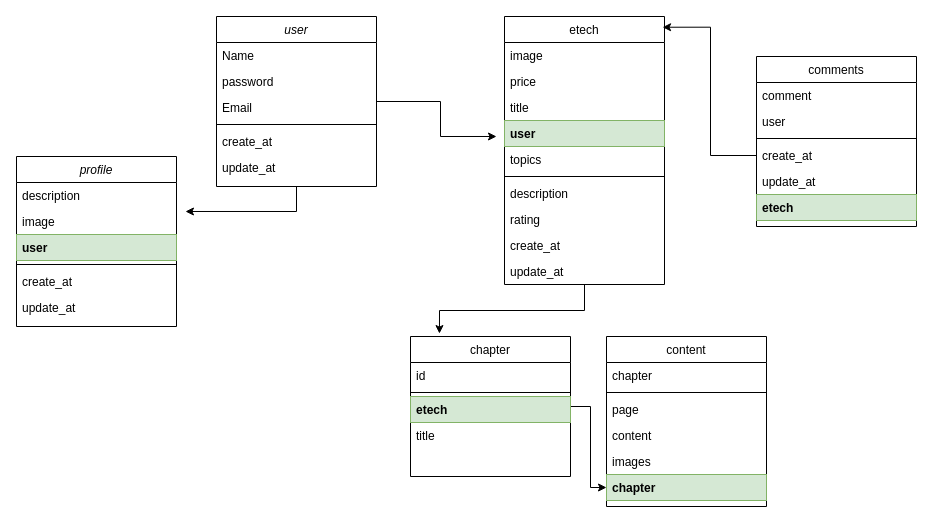
Above: etech_diagram.drawio in JonathanFerreirar/flask_authentication (draw.io), before the change. Source tidied: cells renumbered, new cells numbered last; positions are measured from the earlier drawing's top-left corner, leaving out a move shared by most shapes. Both pictures are drawn from the tidied source at 100%, with x=0, y=0 at pixel (16, 16).
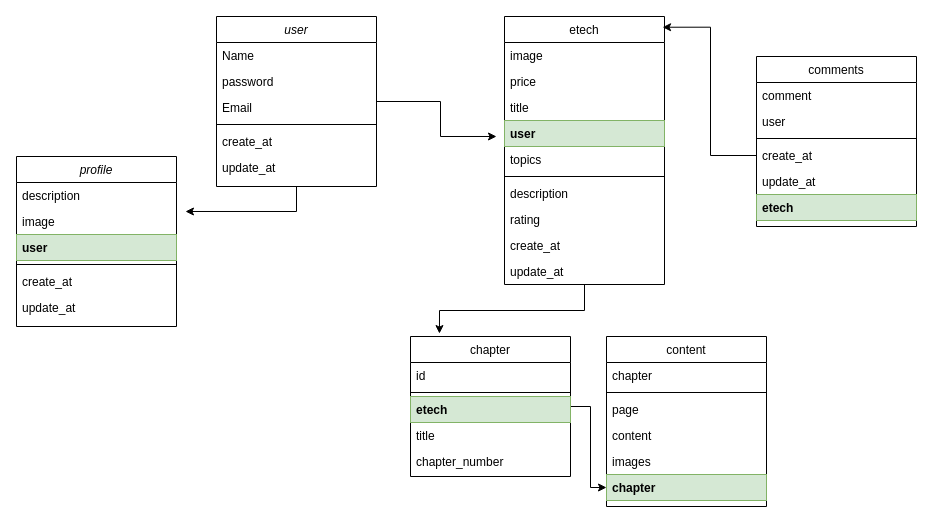
Above is the later version.

The change refers to these unchanged cells:
```xml
<mxCell id="29" value="chapter" style="swimlane;fontStyle=0;align=center;verticalAlign=top;horizontal=1;startSize=26;rounded=0;shadow=0;strokeWidth=1;" parent="1" vertex="1">
  <mxGeometry x="394" y="320" width="160" height="140" as="geometry" />
</mxCell>
```

The edit, as a diff of the source:
```diff
@@
+    <mxCell id="51" value="chapter_number" style="text;align=left;verticalAlign=top;spacingLeft=4;spacingRight=4;overflow=hidden;" parent="29" vertex="1">
+      <mxGeometry y="112" width="160" height="26" as="geometry" />
+    </mxCell>
```
